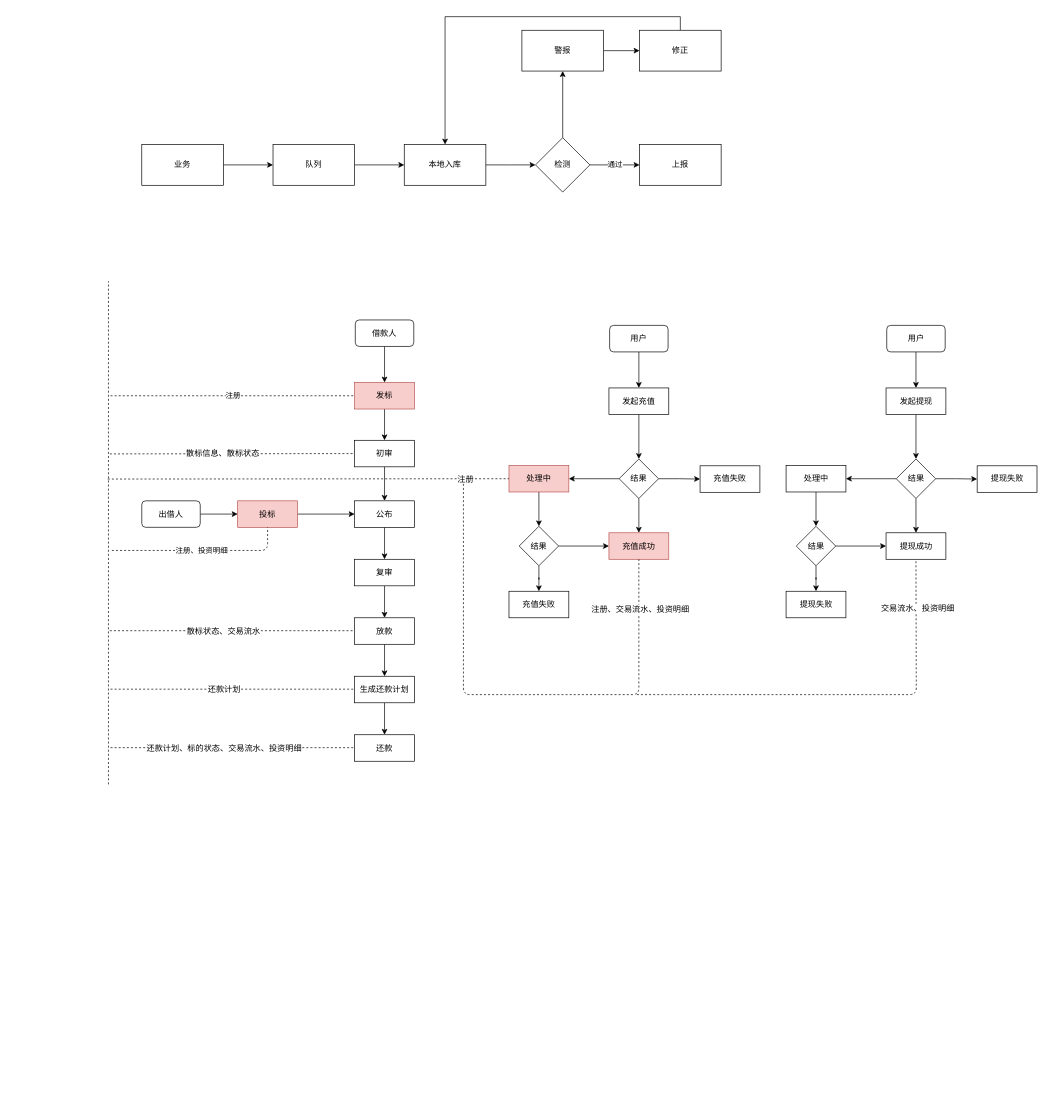
yiuked/diagram keeps this draw.io diagram as 数据上报.drawio. Above is the earlier version. Source tidied: cells renumbered, new cells numbered last; positions are measured from the earlier drawing's top-left corner, leaving out a move shared by most shapes. Both pictures are drawn from the tidied source at 68%, with x=0, y=0 at pixel (107, 30).
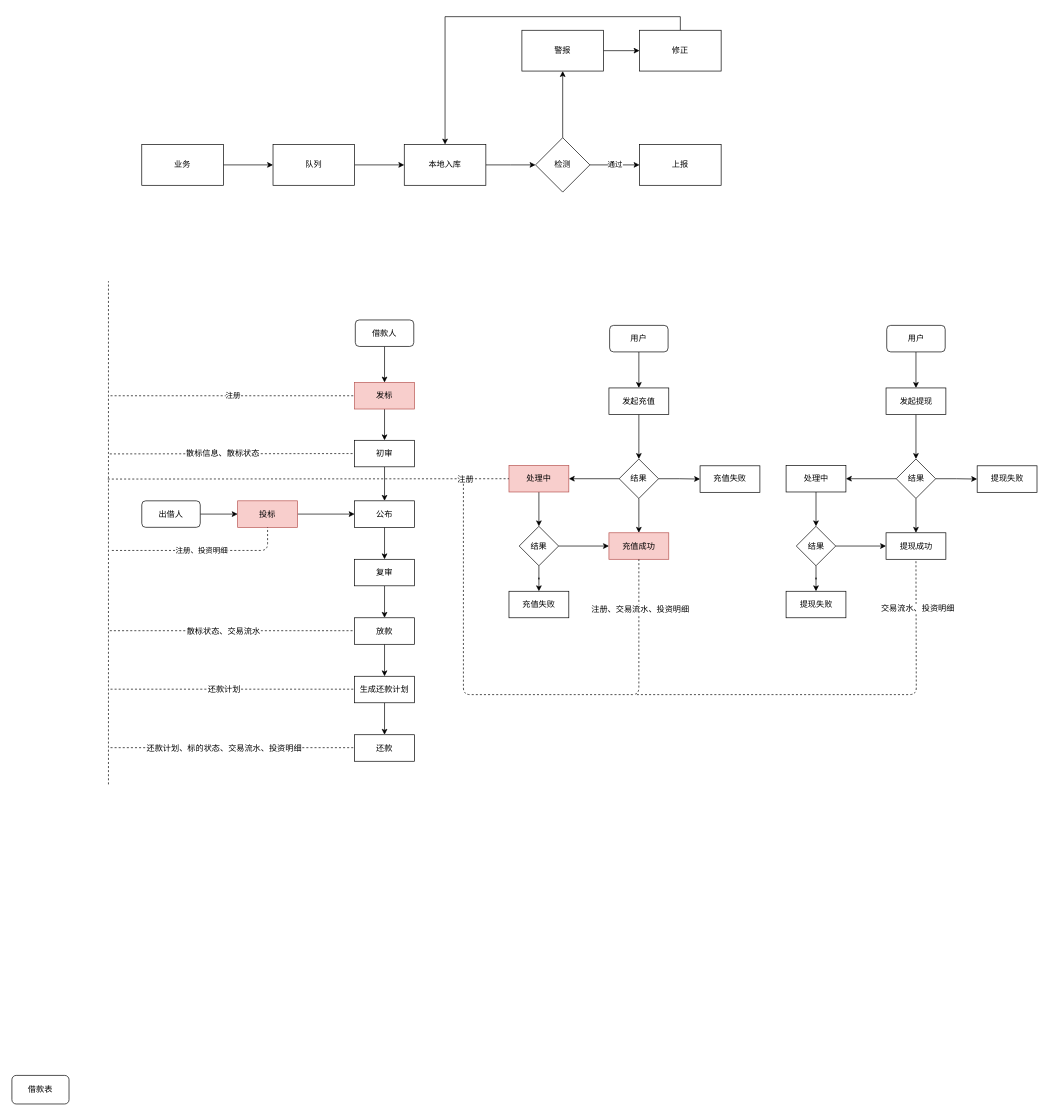
The same page after the edit.

Commit message:
更新数据上报.drawio

Change to the diagram source:
```diff
@@
+    <mxCell id="84" value="借款表" style="rounded=1;whiteSpace=wrap;html=1;" parent="1" vertex="1">
+      <mxGeometry x="-141" y="1537" width="84" height="42" as="geometry" />
+    </mxCell>
```
